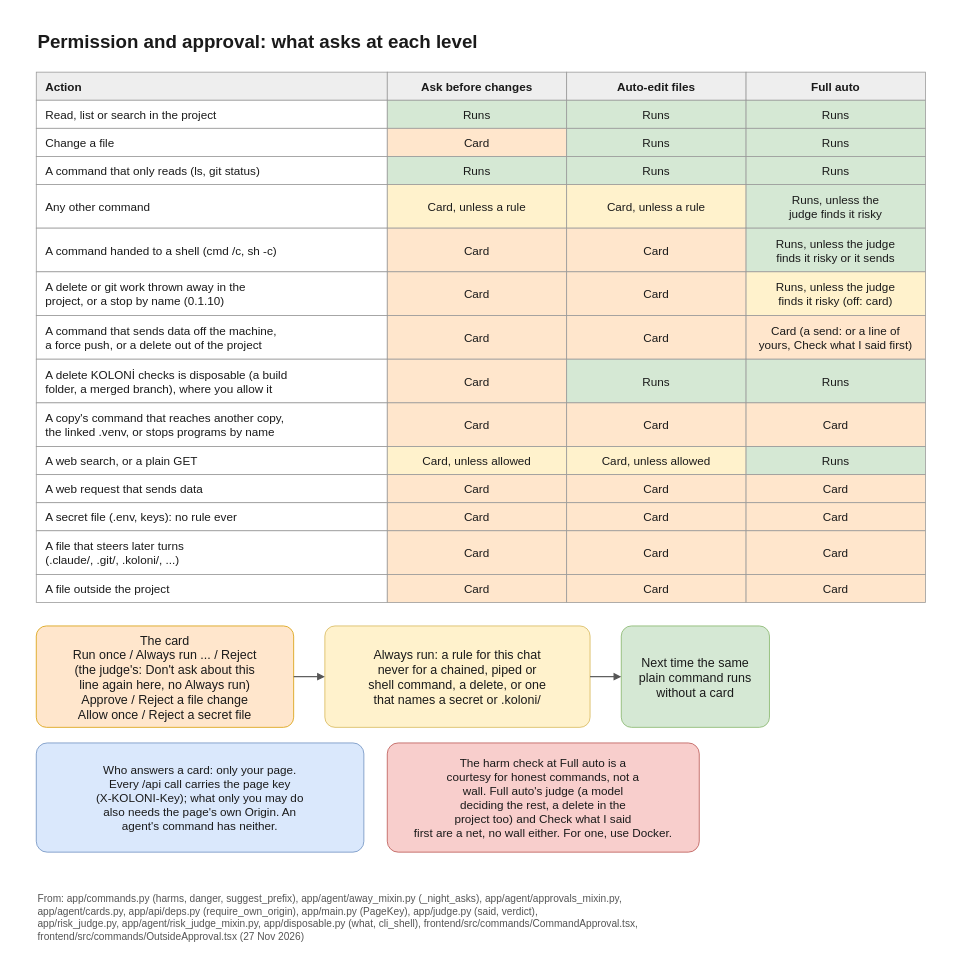
Above: docs/diagrams/permissions.drawio in flyingriverhorse/Koloni (draw.io), before the change. Source tidied: cells renumbered, new cells numbered last; positions are measured from the earlier drawing's top-left corner, leaving out a move shared by most shapes. Both pictures are drawn from the tidied source at 78%, with x=0, y=0 at pixel (12, 12).
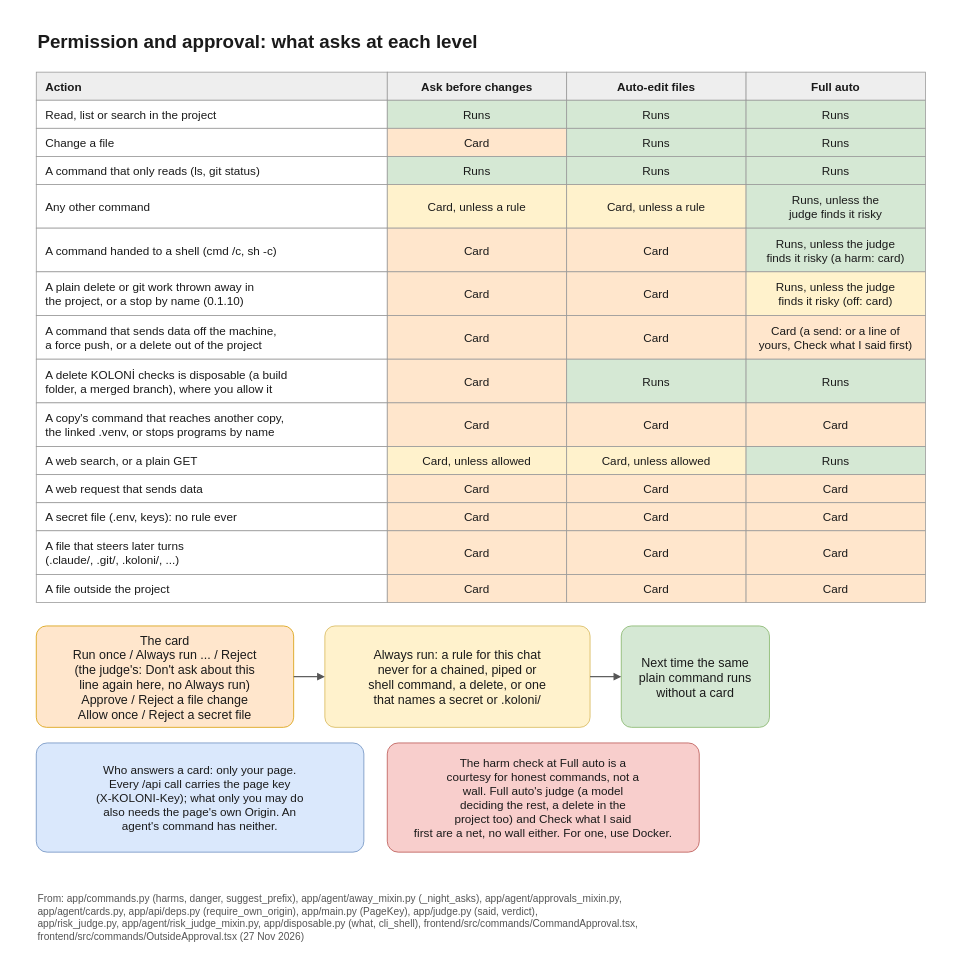
The same diagram, later.

The edit, as a diff of the source:
```diff
@@
-    <mxCell id="27" value="Runs, unless the judge&#10;finds it risky or it sends" style="rounded=0;fontFamily=Helvetica;fontColor=#1a1a1a;fontSize=15;strokeColor=#999999;fillColor=#d5e8d4;" parent="1" vertex="1">
+    <mxCell id="27" value="Runs, unless the judge&#10;finds it risky (a harm: card)" style="rounded=0;fontFamily=Helvetica;fontColor=#1a1a1a;fontSize=15;strokeColor=#999999;fillColor=#d5e8d4;" parent="1" vertex="1">
       <mxGeometry x="940" y="276" width="230" height="56" as="geometry" />
     </mxCell>
-    <mxCell id="28" value="A delete or git work thrown away in the&#10;project, or a stop by name (0.1.10)" style="rounded=0;fontFamily=Helvetica;fontColor=#1a1a1a;fontSize=15;strokeColor=#999999;fillColor=#ffffff;align=left;spacingLeft=10;" parent="1" vertex="1">
+    <mxCell id="28" value="A plain delete or git work thrown away in&#10;the project, or a stop by name (0.1.10)" style="rounded=0;fontFamily=Helvetica;fontColor=#1a1a1a;fontSize=15;strokeColor=#999999;fillColor=#ffffff;align=left;spacingLeft=10;" parent="1" vertex="1">
       <mxGeometry x="30" y="332" width="450" height="56" as="geometry" />
     </mxCell>
```
